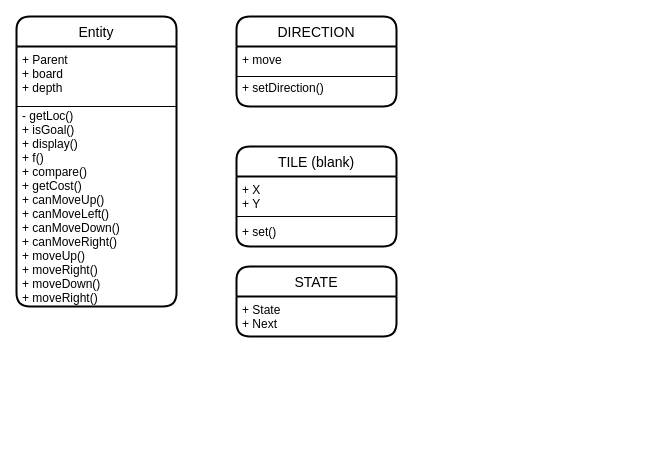
The draw.io diagram page "Class Diagram" (2 of 3) of model.drawio in joemar25/Artifical-Intellegence-8-Puzzle-Mid-Term, before the edit. Source tidied: cells renumbered, new cells numbered last; positions are measured from the earlier drawing's top-left corner, leaving out a move shared by most shapes. Both pictures are drawn from the tidied source at 100%, with x=0, y=0 at pixel (16, 16).
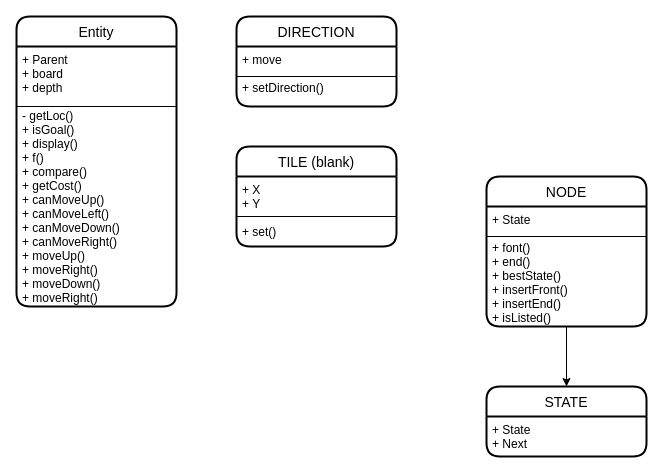
The same diagram, later.

What changed in the source:
```diff
@@
     <mxCell id="11" value="STATE" style="swimlane;horizontal=1;startSize=30;rounded=1;fontSize=14;fontStyle=0;strokeWidth=2;shadow=0;dashed=0;align=center;" parent="1" vertex="1">
-      <mxGeometry x="220" y="250" width="160" height="70" as="geometry" />
+      <mxGeometry x="470" y="370" width="160" height="70" as="geometry" />
     </mxCell>
@@
+    <mxCell id="13" style="edgeStyle=orthogonalEdgeStyle;rounded=0;jettySize=auto;html=1;entryX=0.5;entryY=0;entryDx=0;entryDy=0;" parent="1" edge="1" source="14" target="11">
+      <mxGeometry relative="1" as="geometry" />
+    </mxCell>
+    <mxCell id="14" value="NODE" style="swimlane;horizontal=1;startSize=30;rounded=1;fontSize=14;fontStyle=0;strokeWidth=2;shadow=0;dashed=0;align=center;" parent="1" vertex="1">
+      <mxGeometry x="470" y="160" width="160" height="150" as="geometry" />
+    </mxCell>
+    <mxCell id="15" style="endArrow=none;html=1;rounded=0;" parent="14" edge="1">
+      <mxGeometry relative="1" as="geometry">
+        <mxPoint y="60" as="sourcePoint" />
+        <mxPoint x="160" y="60" as="targetPoint" />
+      </mxGeometry>
+    </mxCell>
+    <mxCell id="16" value="+ State&#10;&#10;+ font()&#10;+ end()&#10;+ bestState()&#10;+ insertFront()&#10;+ insertEnd()&#10;+ isListed()" style="align=left;strokeColor=none;fillColor=none;spacingLeft=4;fontSize=12;verticalAlign=top;" parent="14" vertex="1">
+      <mxGeometry y="30" width="160" height="120" as="geometry" />
+    </mxCell>
```
